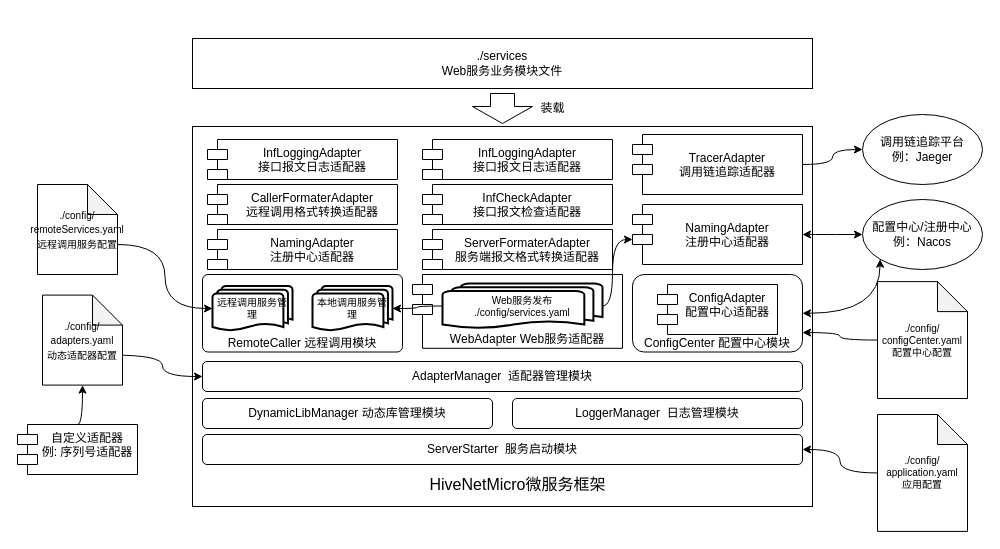
Earlier version of the draw.io diagram page "框架整体设计" (1 of 6) of docs/source/designs/code_structure_design.drawio (snakeclub/HiveNetMicro). Source tidied: cells renumbered, new cells numbered last; positions are measured from the earlier drawing's top-left corner, leaving out a move shared by most shapes. Both pictures are drawn from the tidied source at 100%, with x=0, y=0 at pixel (17, 38).
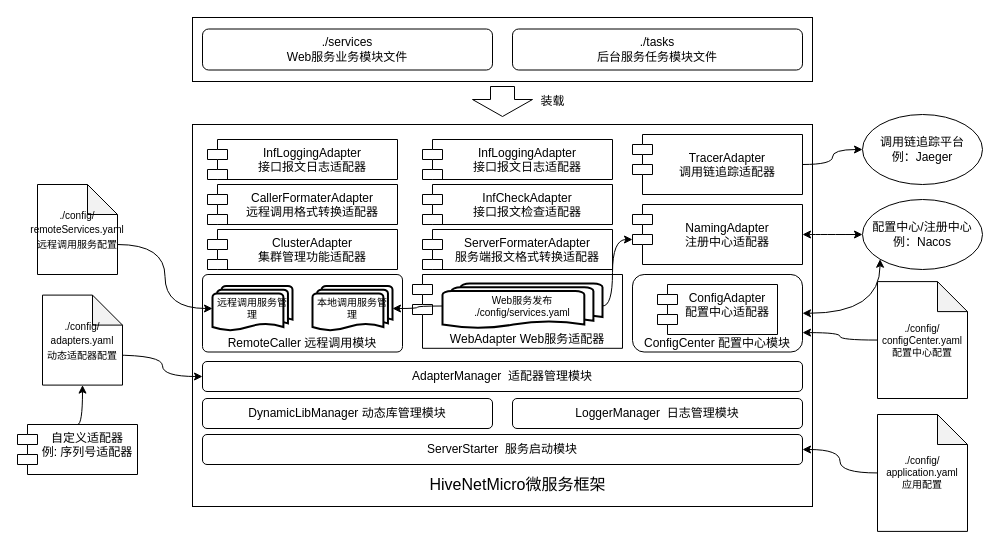
The same page after the edit.

The edit, as a diff of the source:
```diff
@@
     <mxCell id="2" style="rounded=0;whiteSpace=wrap;html=1;" parent="1" vertex="1">
-      <mxGeometry x="175" y="88" width="620" height="380" as="geometry" />
+      <mxGeometry x="175" y="86" width="620" height="382" as="geometry" />
     </mxCell>
@@
-    <mxCell id="22" value="NamingAdapter&#10;注册中心适配器" style="shape=module;align=left;spacingLeft=20;align=center;verticalAlign=middle;" parent="1" vertex="1">
+    <mxCell id="22" value="ClusterAdapter&#10;集群管理功能适配器" style="shape=module;align=left;spacingLeft=20;align=center;verticalAlign=middle;" parent="1" vertex="1">
       <mxGeometry x="190" y="191" width="190" height="40" as="geometry" />
     </mxCell>
@@
-    <mxCell id="40" value="./services&lt;br style=&quot;font-size: 12px;&quot;&gt;Web服务业务模块文件" style="rounded=0;whiteSpace=wrap;html=1;fontSize=12;" parent="1" vertex="1">
-      <mxGeometry x="175" width="620" height="50" as="geometry" />
+    <mxCell id="40" style="rounded=0;whiteSpace=wrap;html=1;fontSize=12;" parent="1" vertex="1">
+      <mxGeometry x="175" y="-21" width="620" height="64" as="geometry" />
     </mxCell>
     <mxCell id="41" style="shape=singleArrow;direction=south;whiteSpace=wrap;html=1;fontSize=12;arrowWidth=0.4;arrowSize=0.5666666666666667;" parent="1" vertex="1">
-      <mxGeometry x="455" y="55" width="60" height="30" as="geometry" />
+      <mxGeometry x="455" y="48" width="60" height="30" as="geometry" />
     </mxCell>
     <mxCell id="42" value="装载" style="text;html=1;align=center;verticalAlign=middle;strokeColor=none;fillColor=none;fontSize=12;" parent="1" vertex="1">
-      <mxGeometry x="515" y="60" width="40" height="20" as="geometry" />
+      <mxGeometry x="515" y="53" width="40" height="20" as="geometry" />
     </mxCell>
+    <mxCell id="43" value="&lt;span&gt;./services&lt;/span&gt;&lt;br&gt;&lt;span&gt;Web服务业务模块文件&lt;/span&gt;" style="rounded=1;whiteSpace=wrap;html=1;" parent="1" vertex="1">
+      <mxGeometry x="185" y="-9.5" width="290" height="41" as="geometry" />
+    </mxCell>
+    <mxCell id="44" value="&lt;span&gt;./tasks&lt;/span&gt;&lt;br&gt;&lt;span&gt;后台服务任务模块文件&lt;/span&gt;" style="rounded=1;whiteSpace=wrap;html=1;" parent="1" vertex="1">
+      <mxGeometry x="495" y="-9.5" width="290" height="41" as="geometry" />
+    </mxCell>
```
